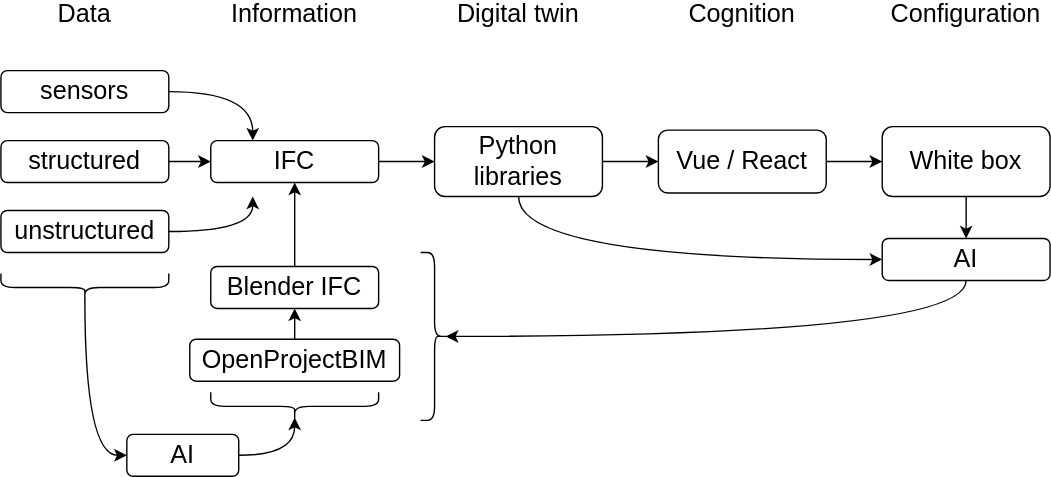
Earlier version of the draw.io export Lecture-Notes/img/m-00-A-07.drawio.svg (pm-lab-polito/pml-cpm-2021). Source tidied: cells renumbered, new cells last; positions are measured from the earlier drawing's top-left corner, leaving out a move shared by most shapes.
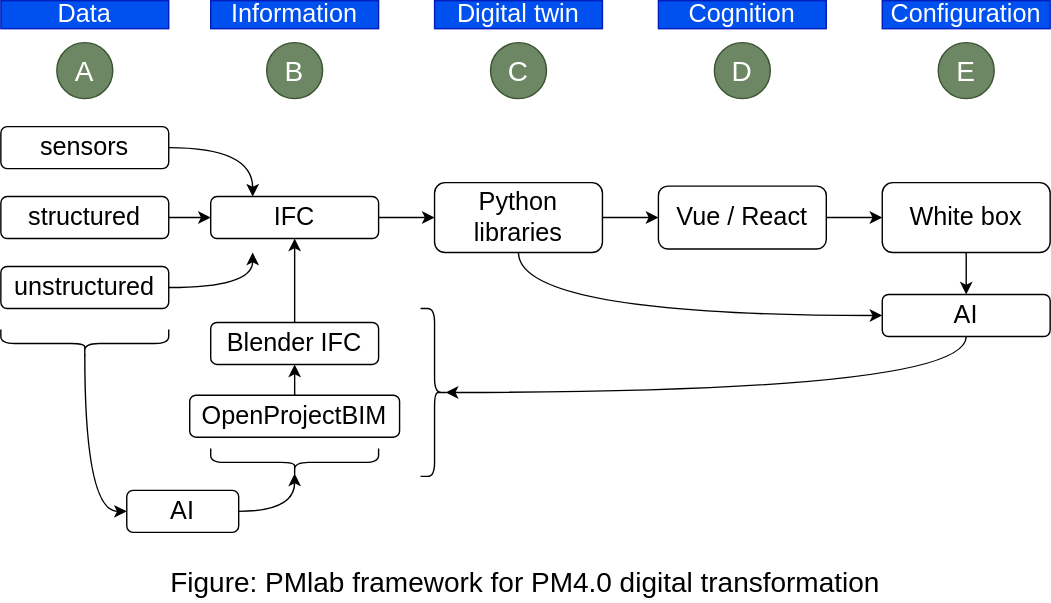
Later version of the same file.

Change to the diagram source:
```diff
@@ -2,20 +2,20 @@
   <root>
     <mxCell id="0" />
     <mxCell id="1" parent="0" />
-    <mxCell id="2" value="Data" style="text;html=1;strokeColor=none;fillColor=none;align=center;verticalAlign=middle;whiteSpace=wrap;rounded=0;fontSize=18;" parent="1" vertex="1">
-      <mxGeometry width="120" height="20" as="geometry" />
+    <mxCell id="2" value="Data" style="text;html=1;strokeColor=#001DBC;fillColor=#0050ef;align=center;verticalAlign=middle;whiteSpace=wrap;rounded=0;fontSize=18;fontColor=#ffffff;" parent="1" vertex="1">
+      <mxGeometry y="-40" width="120" height="20" as="geometry" />
     </mxCell>
-    <mxCell id="3" value="Information" style="text;html=1;strokeColor=none;fillColor=none;align=center;verticalAlign=middle;whiteSpace=wrap;rounded=0;fontSize=18;" parent="1" vertex="1">
-      <mxGeometry x="150" width="120" height="20" as="geometry" />
+    <mxCell id="3" value="Information" style="text;html=1;strokeColor=#001DBC;fillColor=#0050ef;align=center;verticalAlign=middle;whiteSpace=wrap;rounded=0;fontSize=18;fontColor=#ffffff;" parent="1" vertex="1">
+      <mxGeometry x="150" y="-40" width="120" height="20" as="geometry" />
     </mxCell>
-    <mxCell id="4" value="Digital twin" style="text;html=1;strokeColor=none;fillColor=none;align=center;verticalAlign=middle;whiteSpace=wrap;rounded=0;fontSize=18;" parent="1" vertex="1">
-      <mxGeometry x="310" width="120" height="20" as="geometry" />
+    <mxCell id="4" value="Digital twin" style="text;html=1;strokeColor=#001DBC;fillColor=#0050ef;align=center;verticalAlign=middle;whiteSpace=wrap;rounded=0;fontSize=18;fontColor=#ffffff;" parent="1" vertex="1">
+      <mxGeometry x="310" y="-40" width="120" height="20" as="geometry" />
     </mxCell>
-    <mxCell id="5" value="Cognition" style="text;html=1;strokeColor=none;fillColor=none;align=center;verticalAlign=middle;whiteSpace=wrap;rounded=0;fontSize=18;" parent="1" vertex="1">
-      <mxGeometry x="470" width="120" height="20" as="geometry" />
+    <mxCell id="5" value="Cognition" style="text;html=1;strokeColor=#001DBC;fillColor=#0050ef;align=center;verticalAlign=middle;whiteSpace=wrap;rounded=0;fontSize=18;fontColor=#ffffff;" parent="1" vertex="1">
+      <mxGeometry x="470" y="-40" width="120" height="20" as="geometry" />
     </mxCell>
-    <mxCell id="6" value="Configuration" style="text;html=1;strokeColor=none;fillColor=none;align=center;verticalAlign=middle;whiteSpace=wrap;rounded=0;fontSize=18;" parent="1" vertex="1">
-      <mxGeometry x="630" width="120" height="20" as="geometry" />
+    <mxCell id="6" value="Configuration" style="text;html=1;strokeColor=#001DBC;fillColor=#0050ef;align=center;verticalAlign=middle;whiteSpace=wrap;rounded=0;fontSize=18;fontColor=#ffffff;" parent="1" vertex="1">
+      <mxGeometry x="630" y="-40" width="120" height="20" as="geometry" />
     </mxCell>
     <mxCell id="7" style="edgeStyle=orthogonalEdgeStyle;curved=1;rounded=0;jettySize=auto;html=1;exitX=1;exitY=0.5;exitDx=0;exitDy=0;entryX=0.25;entryY=0;entryDx=0;entryDy=0;fontSize=18;" parent="1" edge="1" source="8" target="15">
       <mxGeometry relative="1" as="geometry" />
@@ -100,5 +100,23 @@
     <mxCell id="33" style="shape=curlyBracket;whiteSpace=wrap;html=1;rounded=1;flipH=1;fontSize=18;rotation=0;" parent="1" vertex="1">
       <mxGeometry x="300" y="180" width="20" height="120" as="geometry" />
     </mxCell>
+    <mxCell id="34" value="A" style="ellipse;whiteSpace=wrap;html=1;fontSize=20;fillColor=#6d8764;strokeColor=#3A5431;fontColor=#ffffff;" parent="1" vertex="1">
+      <mxGeometry x="40" y="-10" width="40" height="40" as="geometry" />
+    </mxCell>
+    <mxCell id="35" value="B" style="ellipse;whiteSpace=wrap;html=1;fontSize=20;fillColor=#6d8764;strokeColor=#3A5431;fontColor=#ffffff;" parent="1" vertex="1">
+      <mxGeometry x="190" y="-10" width="40" height="40" as="geometry" />
+    </mxCell>
+    <mxCell id="36" value="C" style="ellipse;whiteSpace=wrap;html=1;fontSize=20;fillColor=#6d8764;strokeColor=#3A5431;fontColor=#ffffff;" parent="1" vertex="1">
+      <mxGeometry x="350" y="-10" width="40" height="40" as="geometry" />
+    </mxCell>
+    <mxCell id="37" value="D" style="ellipse;whiteSpace=wrap;html=1;fontSize=20;fillColor=#6d8764;strokeColor=#3A5431;fontColor=#ffffff;" parent="1" vertex="1">
+      <mxGeometry x="510" y="-10" width="40" height="40" as="geometry" />
+    </mxCell>
+    <mxCell id="38" value="E" style="ellipse;whiteSpace=wrap;html=1;fontSize=20;fillColor=#6d8764;strokeColor=#3A5431;fontColor=#ffffff;" parent="1" vertex="1">
+      <mxGeometry x="670" y="-10" width="40" height="40" as="geometry" />
+    </mxCell>
+    <mxCell id="39" value="Figure: PMlab framework for PM4.0 digital transformation" style="text;html=1;strokeColor=none;fillColor=none;align=center;verticalAlign=middle;whiteSpace=wrap;rounded=0;fontSize=20;" parent="1" vertex="1">
+      <mxGeometry y="360" width="750" height="30" as="geometry" />
+    </mxCell>
   </root>
 </mxGraphModel>
```
